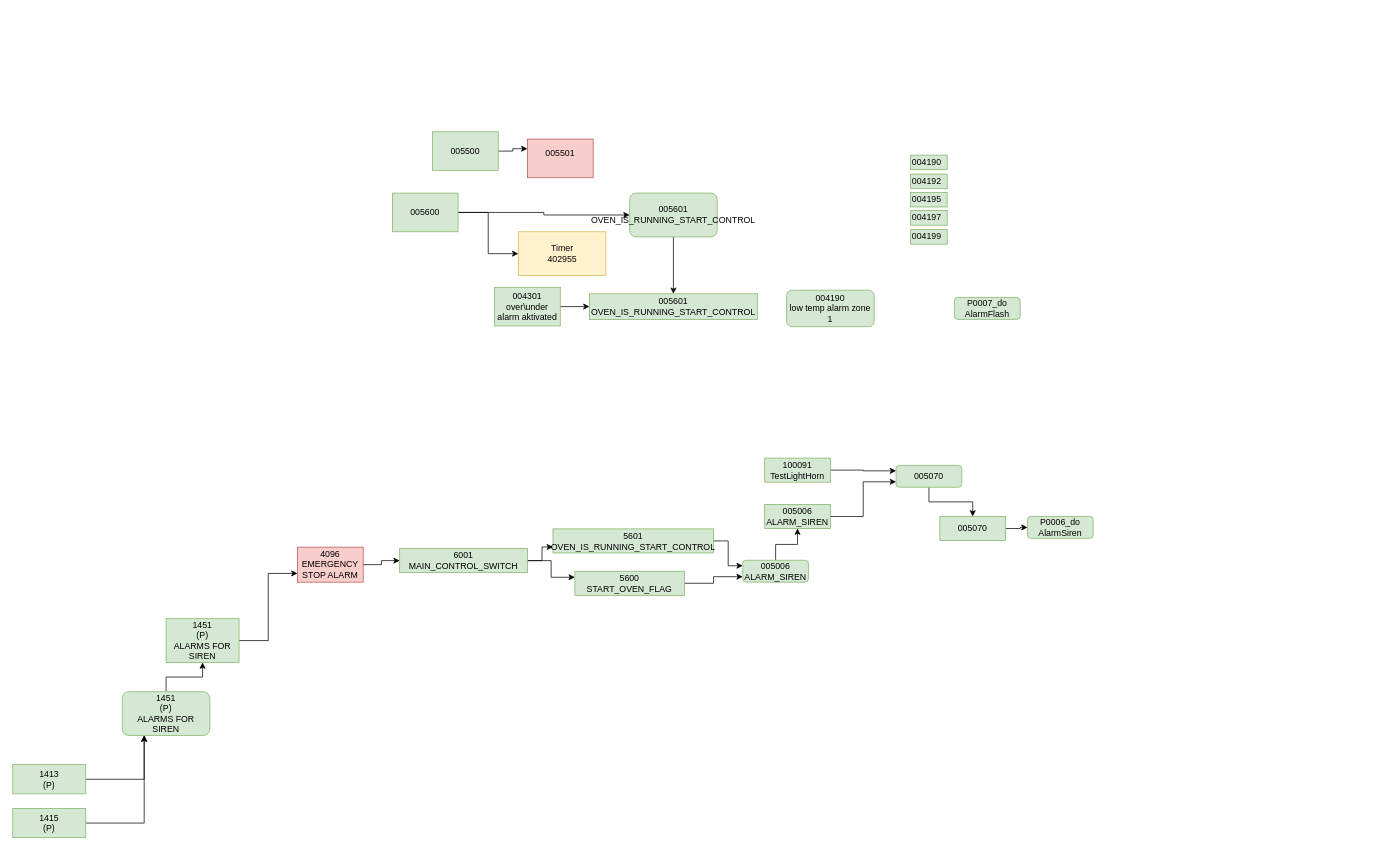
The draw.io diagram Oven_LLalarm_flasher.drawio in Johnystu/draw_io, before the edit. Source tidied: cells renumbered, new cells numbered last; positions are measured from the earlier drawing's top-left corner, leaving out a move shared by most shapes. Both pictures are drawn from the tidied source at 73%, with x=0, y=0 at pixel (12, 131).
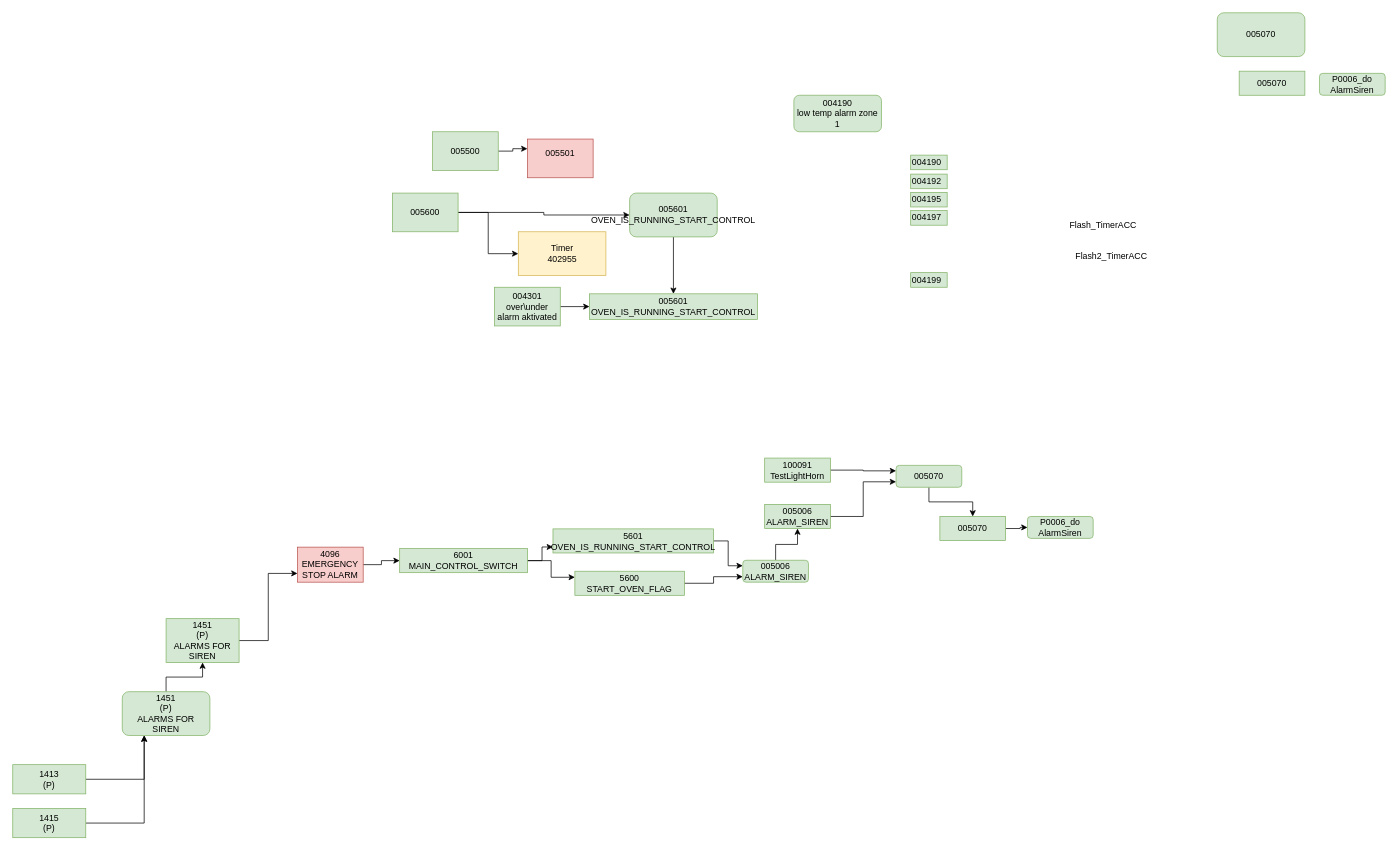
The same page after the edit.

Change to the diagram source:
```diff
@@
-    <mxCell id="2" value="&lt;div&gt;P0007_do&lt;/div&gt;&lt;div&gt;AlarmFlash&lt;br&gt;&lt;/div&gt;" style="rounded=1;whiteSpace=wrap;html=1;fillColor=#d5e8d4;strokeColor=#82b366;" parent="1" vertex="1">
-      <mxGeometry x="1290" y="227" width="90" height="30" as="geometry" />
+    <mxCell id="2" value="&lt;div&gt;P0006_do&lt;/div&gt;&lt;div&gt;AlarmSiren&lt;br&gt;&lt;/div&gt;" style="rounded=1;whiteSpace=wrap;html=1;fillColor=#d5e8d4;strokeColor=#82b366;" parent="1" vertex="1">
+      <mxGeometry x="1790" y="-80" width="90" height="30" as="geometry" />
     </mxCell>
     <mxCell id="3" value="&lt;div&gt;004190&lt;/div&gt;&lt;div&gt;low temp alarm zone 1&lt;br&gt;&lt;/div&gt;" style="rounded=1;whiteSpace=wrap;html=1;fillColor=#d5e8d4;strokeColor=#82b366;" parent="1" vertex="1">
-      <mxGeometry x="1060" y="217" width="120" height="50" as="geometry" />
+      <mxGeometry x="1070" y="-50" width="120" height="50" as="geometry" />
     </mxCell>
@@
     <mxCell id="48" value="004199" style="text;html=1;align=left;verticalAlign=top;spacingTop=-4;fillColor=#d5e8d4;strokeColor=#82b366;" parent="1" vertex="1">
-      <mxGeometry x="1230" y="134" width="50" height="20" as="geometry" />
+      <mxGeometry x="1230" y="193" width="50" height="20" as="geometry" />
     </mxCell>
+    <mxCell id="49" value="005070" style="rounded=0;whiteSpace=wrap;html=1;fillColor=#d5e8d4;strokeColor=#82b366;" parent="1" vertex="1">
+      <mxGeometry x="1680" y="-83" width="90" height="33" as="geometry" />
+    </mxCell>
+    <mxCell id="50" value="005070" style="rounded=1;whiteSpace=wrap;html=1;fillColor=#d5e8d4;strokeColor=#82b366;" parent="1" vertex="1">
+      <mxGeometry x="1650" y="-163" width="120" height="60" as="geometry" />
+    </mxCell>
+    <mxCell id="51" value="Flash_TimerACC" style="text;html=1;align=left;verticalAlign=top;spacingTop=-4;" parent="1" vertex="1">
+      <mxGeometry x="1446" y="119" width="110" height="20" as="geometry" />
+    </mxCell>
+    <mxCell id="52" value="Flash2_TimerACC" style="text;html=1;align=left;verticalAlign=top;spacingTop=-4;" parent="1" vertex="1">
+      <mxGeometry x="1454" y="161" width="110" height="20" as="geometry" />
+    </mxCell>
```
